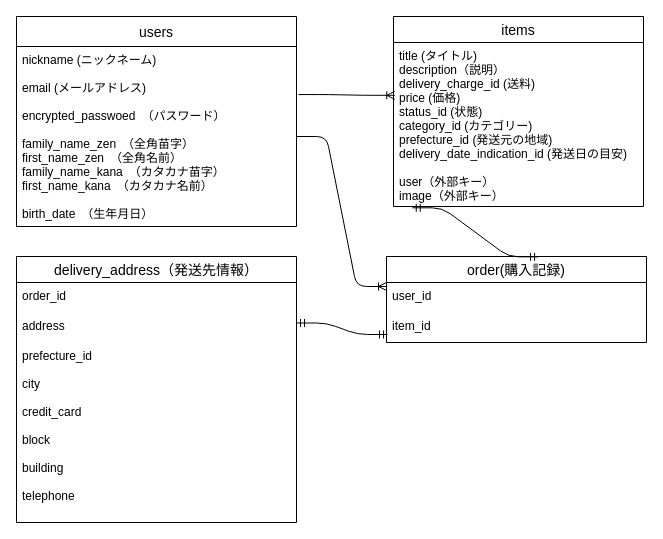
Earlier version of the draw.io diagram db/detabase.dio (Drbeer-miyako/furima-35247). Source tidied: cells renumbered, new cells numbered last; positions are measured from the earlier drawing's top-left corner, leaving out a move shared by most shapes. Both pictures are drawn from the tidied source at 100%, with x=0, y=0 at pixel (16, 16).
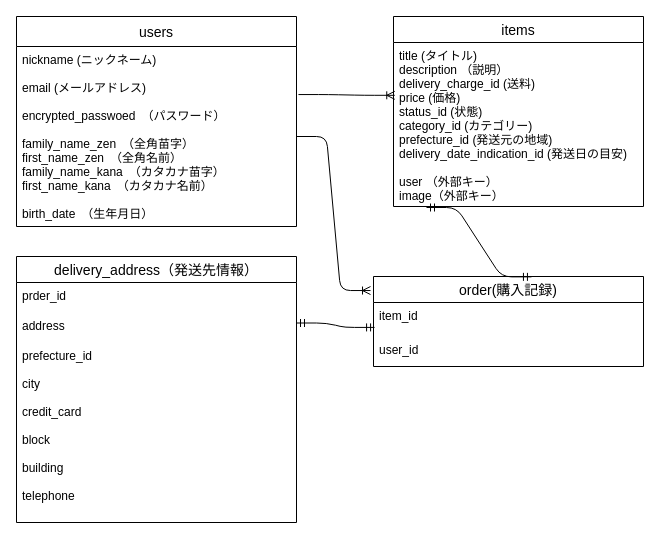
Above is the later version.

Commit message (it also covers changes not shown here):
なぜか反映されなかったER図の変更を追記。

Diff of the diagram source:
```diff
@@
 <mxGraphModel>
   <root>
     <mxCell id="0" />
     <mxCell id="1" parent="0" />
     <mxCell id="2" value="users" style="swimlane;fontStyle=0;horizontal=1;startSize=30;align=center;fontSize=14;" parent="1" vertex="1">
       <mxGeometry width="280" height="210" as="geometry" />
     </mxCell>
     <mxCell id="3" value="nickname (ニックネーム)&#10;&#10;email (メールアドレス)&#10;&#10;encrypted_passwoed　（パスワード）&#10;&#10;family_name_zen　（全角苗字）&#10;first_name_zen　（全角名前）&#10;family_name_kana　（カタカナ苗字）&#10;first_name_kana　（カタカナ名前）&#10;&#10;birth_date　（生年月日）&#10;&#10;" style="text;strokeColor=none;fillColor=none;spacingLeft=4;spacingRight=4;overflow=hidden;points=[[0,0.5],[1,0.5]];portConstraint=eastwest;fontSize=12;" parent="2" vertex="1">
       <mxGeometry y="30" width="280" height="180" as="geometry" />
     </mxCell>
     <mxCell id="4" value="items" style="swimlane;fontStyle=0;horizontal=1;startSize=26;align=center;fontSize=14;" parent="1" vertex="1">
       <mxGeometry x="377" width="250" height="190" as="geometry" />
     </mxCell>
-    <mxCell id="5" value="title (タイトル)&#10;description（説明）&#10;delivery_charge_id (送料)&#10;price (価格)&#10;status_id (状態)&#10;category_id (カテゴリー)&#10;prefecture_id (発送元の地域)&#10;delivery_date_indication_id (発送日の目安)&#10;&#10;user（外部キー）&#10;image（外部キー）" style="text;strokeColor=none;fillColor=none;spacingLeft=4;spacingRight=4;overflow=hidden;points=[[0,0.5],[1,0.5]];portConstraint=eastwest;fontSize=12;strokeWidth=1;" parent="4" vertex="1">
+    <mxCell id="5" value="title (タイトル)&#10;description （説明）&#10;delivery_charge_id (送料)&#10;price (価格)&#10;status_id (状態)&#10;category_id (カテゴリー)&#10;prefecture_id (発送元の地域)&#10;delivery_date_indication_id (発送日の目安)&#10;&#10;user （外部キー）&#10;image（外部キー）" style="text;strokeColor=none;fillColor=none;spacingLeft=4;spacingRight=4;overflow=hidden;points=[[0,0.5],[1,0.5]];portConstraint=eastwest;fontSize=12;strokeWidth=1;" parent="4" vertex="1">
       <mxGeometry y="26" width="250" height="164" as="geometry" />
     </mxCell>
     <mxCell id="6" value="order(購入記録)" style="swimlane;fontStyle=0;horizontal=1;startSize=26;align=center;fontSize=14;strokeWidth=1;" parent="1" vertex="1">
-      <mxGeometry x="370" y="240" width="260" height="86" as="geometry" />
+      <mxGeometry x="357" y="260" width="270" height="90" as="geometry" />
     </mxCell>
+    <mxCell id="8" value="item_id" style="text;strokeColor=none;fillColor=none;spacingLeft=4;spacingRight=4;overflow=hidden;points=[[0,0.5],[1,0.5]];portConstraint=eastwest;fontSize=12;" parent="6" vertex="1">
+      <mxGeometry y="26" width="270" height="34" as="geometry" />
+    </mxCell>
     <mxCell id="7" value="user_id" style="text;strokeColor=none;fillColor=none;spacingLeft=4;spacingRight=4;overflow=hidden;points=[[0,0.5],[1,0.5]];portConstraint=eastwest;fontSize=12;" parent="6" vertex="1">
-      <mxGeometry y="26" width="260" height="30" as="geometry" />
+      <mxGeometry y="60" width="270" height="30" as="geometry" />
     </mxCell>
-    <mxCell id="8" value="item_id" style="text;strokeColor=none;fillColor=none;spacingLeft=4;spacingRight=4;overflow=hidden;points=[[0,0.5],[1,0.5]];portConstraint=eastwest;fontSize=12;" parent="6" vertex="1">
-      <mxGeometry y="56" width="260" height="30" as="geometry" />
-    </mxCell>
     <mxCell id="9" value="delivery_address（発送先情報）" style="swimlane;fontStyle=0;horizontal=1;startSize=26;align=center;fontSize=14;" parent="1" vertex="1">
       <mxGeometry y="240" width="280" height="266" as="geometry" />
     </mxCell>
-    <mxCell id="10" value="order_id&#10;" style="text;strokeColor=none;fillColor=none;spacingLeft=4;spacingRight=4;overflow=hidden;fontSize=12;" parent="9" vertex="1">
+    <mxCell id="10" value="prder_id&#10;" style="text;strokeColor=none;fillColor=none;spacingLeft=4;spacingRight=4;overflow=hidden;fontSize=12;" parent="9" vertex="1">
       <mxGeometry y="26" width="280" height="30" as="geometry" />
     </mxCell>
     <mxCell id="11" value="address" style="text;strokeColor=none;fillColor=none;spacingLeft=4;spacingRight=4;overflow=hidden;fontSize=12;" parent="9" vertex="1">
       <mxGeometry y="56" width="280" height="30" as="geometry" />
     </mxCell>
     <mxCell id="12" value="prefecture_id&#10;&#10;city&#10;&#10;credit_card&#10;&#10;block&#10;&#10;building&#10;&#10;telephone" style="text;strokeColor=none;fillColor=none;spacingLeft=4;spacingRight=4;overflow=hidden;fontSize=12;" parent="9" vertex="1">
       <mxGeometry y="86" width="280" height="180" as="geometry" />
     </mxCell>
     <mxCell id="13" style="edgeStyle=entityRelationEdgeStyle;fontSize=12;html=1;endArrow=ERoneToMany;exitX=1.007;exitY=0.267;exitDx=0;exitDy=0;exitPerimeter=0;entryX=0.005;entryY=0.322;entryDx=0;entryDy=0;entryPerimeter=0;" parent="1" edge="1" source="3" target="5">
       <mxGeometry relative="1" as="geometry" />
     </mxCell>
-    <mxCell id="14" style="edgeStyle=entityRelationEdgeStyle;fontSize=12;html=1;endArrow=ERmandOne;startArrow=ERmandOne;exitX=0.075;exitY=1.008;exitDx=0;exitDy=0;exitPerimeter=0;entryX=0.585;entryY=0.004;entryDx=0;entryDy=0;entryPerimeter=0;" parent="1" edge="1" source="5" target="6">
-      <mxGeometry relative="1" as="geometry" />
+    <mxCell id="14" style="edgeStyle=entityRelationEdgeStyle;fontSize=12;html=1;endArrow=ERmandOne;startArrow=ERmandOne;entryX=0.585;entryY=0.004;entryDx=0;entryDy=0;entryPerimeter=0;" parent="1" edge="1" target="6">
+      <mxGeometry relative="1" as="geometry">
+        <mxPoint x="410" y="191" as="sourcePoint" />
+      </mxGeometry>
     </mxCell>
-    <mxCell id="15" style="edgeStyle=entityRelationEdgeStyle;fontSize=12;html=1;endArrow=ERoneToMany;exitX=1;exitY=0.5;exitDx=0;exitDy=0;entryX=0;entryY=0.133;entryDx=0;entryDy=0;entryPerimeter=0;" parent="1" edge="1" source="3" target="7">
+    <mxCell id="15" style="edgeStyle=entityRelationEdgeStyle;fontSize=12;html=1;endArrow=ERoneToMany;exitX=1;exitY=0.5;exitDx=0;exitDy=0;entryX=-0.011;entryY=0.156;entryDx=0;entryDy=0;entryPerimeter=0;" parent="1" edge="1" source="3" target="6">
       <mxGeometry relative="1" as="geometry" />
     </mxCell>
     <mxCell id="16" style="edgeStyle=entityRelationEdgeStyle;fontSize=12;html=1;endArrow=ERmandOne;startArrow=ERmandOne;exitX=1;exitY=0.25;exitDx=0;exitDy=0;entryX=0.004;entryY=0.733;entryDx=0;entryDy=0;entryPerimeter=0;" parent="1" edge="1" source="9" target="8">
       <mxGeometry relative="1" as="geometry" />
     </mxCell>
   </root>
 </mxGraphModel>
```
